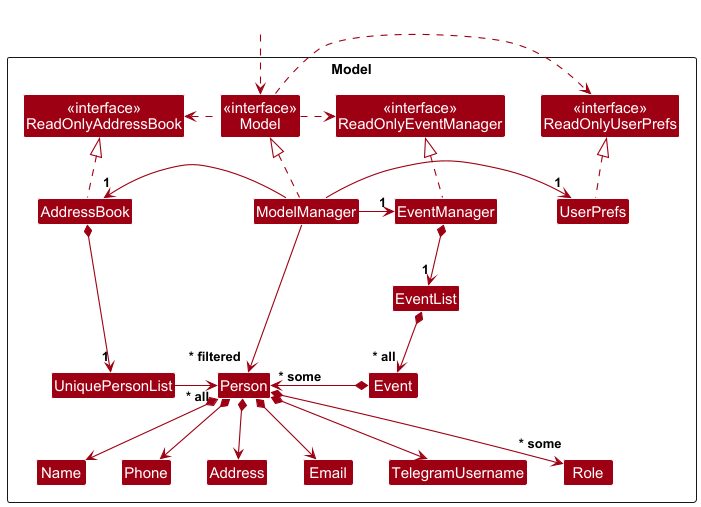
Before: docs/images/ModelClassDiagram.png, a diagram exported from PlantUML (nus-cs2103-AY2425S1/tp).
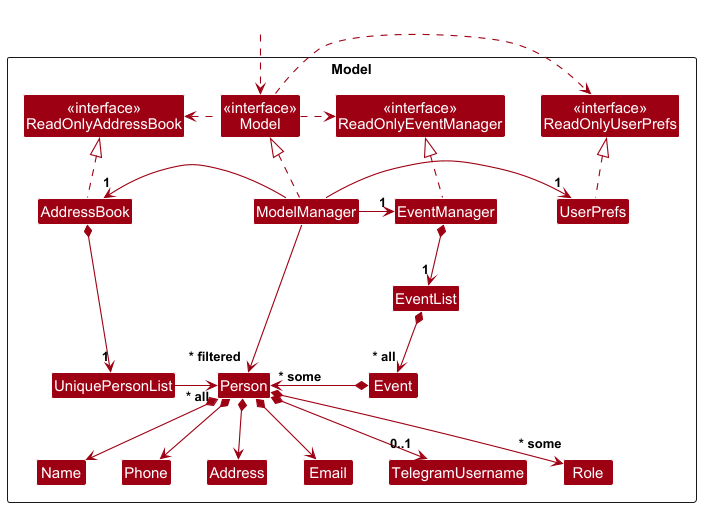
After the change.

Commit message:
Update telegram optional multiplicity in model uml

The edit, as a diff of the source:
```diff
@@ -53,7 +53,7 @@
 Person *--> Phone
 Person *--> Email
 Person *--> Address
-Person *--> TelegramUsername
+Person *--> "0..1" TelegramUsername
 Person *--> "~* some" Role
 
 Person -[hidden]up--> I
```
